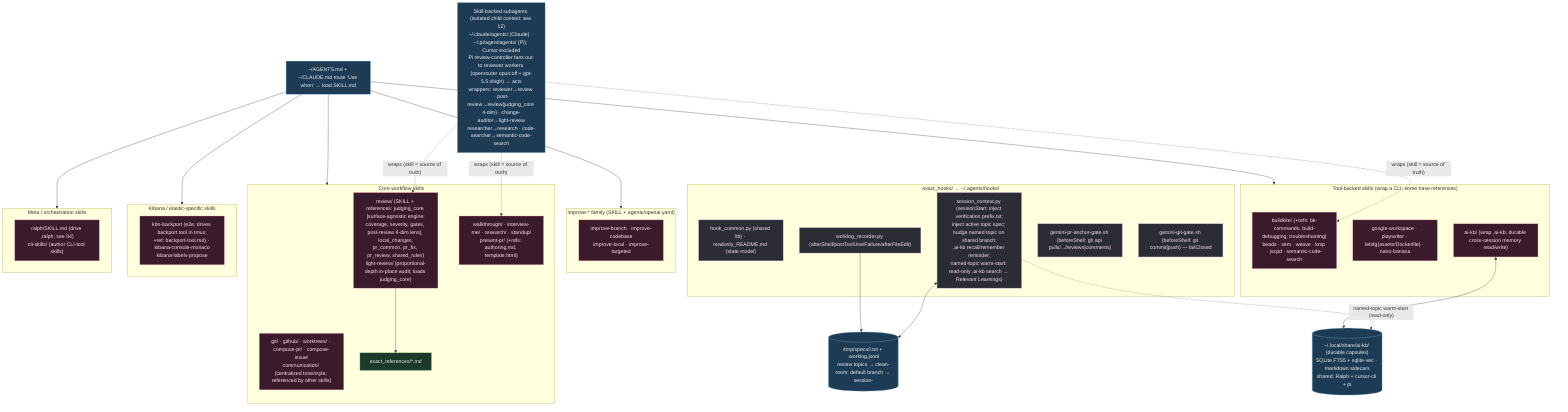
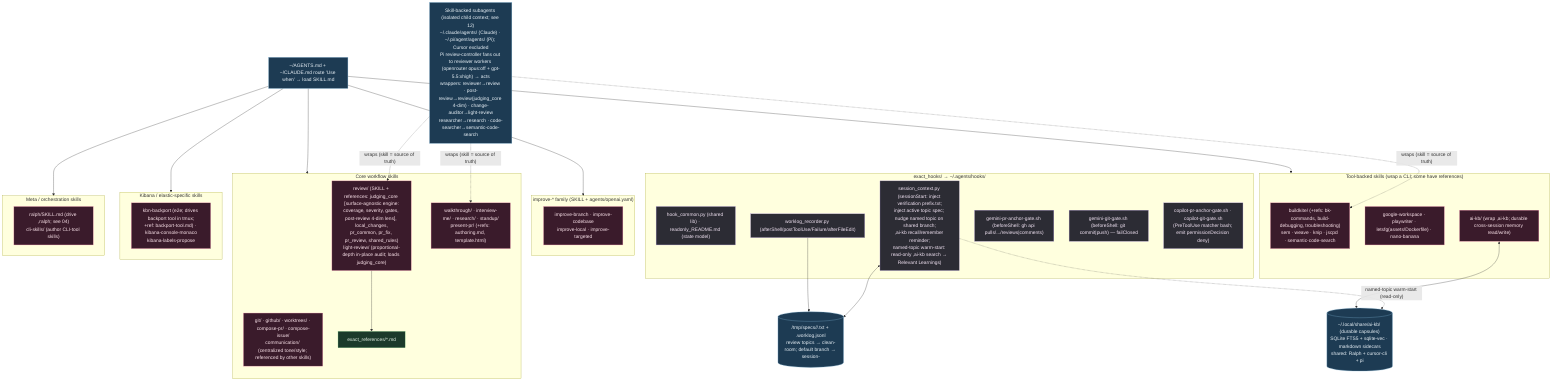
%% ============================================================================
- %% 03b-agent-skills-hooks.mmd — Every file under home/exact_dot_agents/ (58).
+ %% 03b-agent-skills-hooks.mmd — Every file under home/exact_dot_agents/ (62).
%% Skills → ~/.agents/skills/ (intent-routed SKILL.md). Hooks → ~/.agents/hooks/.
%% ============================================================================
flowchart TB
    classDef skill fill:#3a1b2b,stroke:#f48fb1,color:#fce4ec;
    classDef hook fill:#2c2c34,stroke:#b39ddb,color:#f3e5f5;
    classDef ref fill:#1b3a2b,stroke:#81c784,color:#e8f5e9;
    classDef data fill:#1d3b53,stroke:#7fb3d5,color:#eaf2f8;

    subgraph HOOKS["exact_hooks/ → ~/.agents/hooks/"]
        HC["hook_common.py (shared lib) · readonly_README.md (state model)"]:::hook
        SCx["session_context.py (sessionStart: inject verification prefix.txt;<br/>inject active topic spec; nudge named topic on shared branch;<br/>,ai-kb recall/remember reminder;<br/>named-topic warm-start: read-only ,ai-kb search → Relevant Learnings)"]:::hook
        WLx["worklog_recorder.py (afterShell/postToolUse/Failure/afterFileEdit)"]:::hook
        PRG["gemini-pr-anchor-gate.sh (beforeShell: gh api pulls/.../reviews|comments)"]:::hook
        GG["gemini-git-gate.sh (beforeShell: git commit|push) — failClosed"]:::hook
+         CPG["copilot-pr-anchor-gate.sh · copilot-git-gate.sh<br/>(PreToolUse matcher bash; emit permissionDecision deny)"]:::hook
    end

    MEM[("/tmp/specs/<pwd>/<topic>.txt + .worklog.jsonl<br/>review topics → clean-room; default branch → session-<id>")]:::data
    SCx <--> MEM
    WLx --> MEM

    KBDB[("~/.local/share/ai-kb/ (durable capsules)<br/>SQLite FTS5 + sqlite-vec · markdown sidecars<br/>shared: Ralph + cursor-cli + pi")]:::data
    SCx -. "named-topic warm-start (read-only)" .-> KBDB

    subgraph CORE["Core workflow skills"]
        S1["review/ (SKILL + references: judging_core [surface-agnostic engine:<br/>coverage, severity, gates, post-review 4-dim lens], local_changes,<br/>pr_common, pr_fix, pr_review, shared_rules)<br/>light-review/ (proportional-depth in-place audit; loads judging_core)"]:::skill
        S2["git/ · github/ · worktrees/ · compose-pr/ · compose-issue/<br/>communication/ (centralized tone/style; referenced by other skills)"]:::skill
        S3["walkthrough/ · interview-me/ · research/ · standup/<br/>present-pr/ (+refs: authoring.md, template.html)"]:::skill
        S1 --> R1["exact_references/*.md"]:::ref
    end

    subgraph IMPROVE["improve-* family (SKILL + agents/openai.yaml)"]
        S4["improve-branch · improve-codebase<br/>improve-local · improve-targeted"]:::skill
    end

    subgraph TOOLS["Tool-backed skills (wrap a CLI; some have references)"]
-         S5["buildkite/ (+refs: bk-commands, build-debugging, troubleshooting)<br/>beads · sem · weave · knip · jscpd · semantic-code-search"]:::skill
+         S5["buildkite/ (+refs: bk-commands, build-debugging, troubleshooting)<br/>sem · weave · knip · jscpd · semantic-code-search"]:::skill
        S6["google-workspace · playwriter · letsfg(assets/Dockerfile) · nano-banana"]:::skill
        S7["ai-kb/ (wrap ,ai-kb; durable cross-session memory read/write)"]:::skill
    end

    subgraph KBN["Kibana / elastic-specific skills"]
        S8["kbn-backport (e2e; drives backport tool in tmux;<br/>+ref: backport-tool.md) · kibana-console-monaco<br/>kibana-labels-propose"]:::skill
    end

    subgraph META["Meta / orchestration skills"]
        S9["ralph/SKILL.md (drive ,ralph; see 04)<br/>cli-skills/ (author CLI-tool skills)"]:::skill
    end

    SOPS["~/AGENTS.md + ~/CLAUDE.md route 'Use when' → load SKILL.md"]:::data
    SOPS --> CORE & IMPROVE & TOOLS & KBN & META
    S7 <--> KBDB

    SUBA["Skill-backed subagents (isolated child context; see 12)<br/>~/.claude/agents/ (Claude) · ~/.pi/agent/agents/ (Pi); Cursor excluded<br/>Pi review-controller fans out to reviewer workers (openrouter opus:off + gpt-5.5:xhigh) → acts<br/>wrappers: reviewer→review · post-review→review(judging_core 4-dim) · change-auditor→light-review<br/>researcher→research · code-searcher→semantic-code-search"]:::data
    SUBA -.->|"wraps (skill = source of truth)"| S1 & S3 & S5
